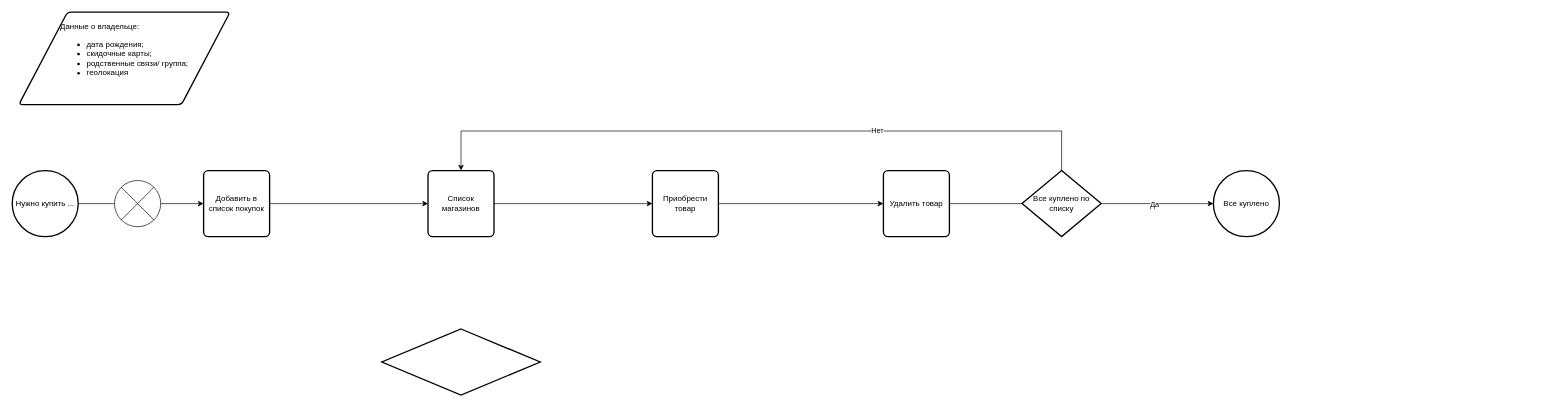
Bobr78/folium-visualization keeps this draw.io diagram as img/Untitled Diagram.drawio. Above is the earlier version. Source tidied: cells renumbered, new cells numbered last; positions are measured from the earlier drawing's top-left corner, leaving out a move shared by most shapes. Both pictures are drawn from the tidied source at 66%, with x=0, y=0 at pixel (12, 12).
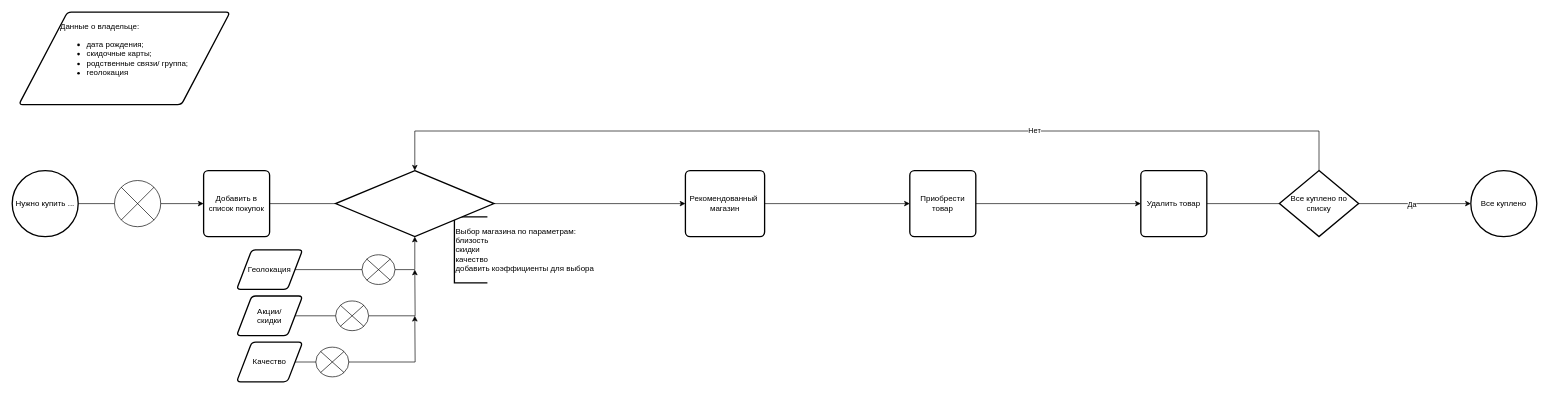
The same diagram, later.

Unchanged cells that the change refers to:
```xml
<mxCell id="6" value="Добавить в список покупок" style="rounded=1;whiteSpace=wrap;html=1;absoluteArcSize=1;arcSize=14;strokeWidth=2;" parent="1" vertex="1">
  <mxGeometry x="290" y="240" width="100" height="100" as="geometry" />
</mxCell>
```

What changed in the source:
```diff
@@
     <mxCell id="4" value="Все куплено" style="strokeWidth=2;html=1;shape=mxgraph.flowchart.start_2;whiteSpace=wrap;" parent="1" vertex="1">
-      <mxGeometry x="1820" y="240" width="100" height="100" as="geometry" />
+      <mxGeometry x="2210" y="240" width="100" height="100" as="geometry" />
     </mxCell>
-    <mxCell id="5" style="edgeStyle=orthogonalEdgeStyle;rounded=0;jettySize=auto;html=1;entryX=0;entryY=0.5;entryDx=0;entryDy=0;" parent="1" edge="1" source="6" target="8">
+    <mxCell id="5" style="edgeStyle=orthogonalEdgeStyle;rounded=0;jettySize=auto;html=1;entryX=0;entryY=0.5;entryDx=0;entryDy=0;startArrow=none;" parent="1" edge="1" source="19" target="8">
       <mxGeometry relative="1" as="geometry" />
     </mxCell>
@@
-    <mxCell id="8" value="Список магазинов" style="rounded=1;whiteSpace=wrap;html=1;absoluteArcSize=1;arcSize=14;strokeWidth=2;" parent="1" vertex="1">
-      <mxGeometry x="630" y="240" width="100" height="100" as="geometry" />
+    <mxCell id="8" value="Рекомендованный&amp;nbsp; магазин" style="rounded=1;whiteSpace=wrap;html=1;absoluteArcSize=1;arcSize=14;strokeWidth=2;" parent="1" vertex="1">
+      <mxGeometry x="1020" y="240" width="120" height="100" as="geometry" />
     </mxCell>
@@
     <mxCell id="10" value="Приобрести товар" style="rounded=1;whiteSpace=wrap;html=1;absoluteArcSize=1;arcSize=14;strokeWidth=2;" parent="1" vertex="1">
-      <mxGeometry x="970" y="240" width="100" height="100" as="geometry" />
+      <mxGeometry x="1360" y="240" width="100" height="100" as="geometry" />
     </mxCell>
@@
     <mxCell id="13" value="Удалить товар" style="rounded=1;whiteSpace=wrap;html=1;absoluteArcSize=1;arcSize=14;strokeWidth=2;" parent="1" vertex="1">
-      <mxGeometry x="1320" y="240" width="100" height="100" as="geometry" />
+      <mxGeometry x="1710" y="240" width="100" height="100" as="geometry" />
     </mxCell>
@@
-    <mxCell id="16" style="edgeStyle=orthogonalEdgeStyle;rounded=0;jettySize=auto;html=1;entryX=0.5;entryY=0;entryDx=0;entryDy=0;" parent="1" edge="1" source="18" target="8">
+    <mxCell id="16" style="edgeStyle=orthogonalEdgeStyle;rounded=0;jettySize=auto;html=1;entryX=0.5;entryY=0;entryDx=0;entryDy=0;entryPerimeter=0;" parent="1" edge="1" source="18" target="19">
       <mxGeometry relative="1" as="geometry">
         <Array as="points">
-          <mxPoint x="1590" y="180" />
-          <mxPoint x="680" y="180" />
+          <mxPoint x="1980" y="180" />
+          <mxPoint x="610" y="180" />
         </Array>
       </mxGeometry>
     </mxCell>
@@
     <mxCell id="18" value="Все куплено по списку" style="strokeWidth=2;html=1;shape=mxgraph.flowchart.decision;whiteSpace=wrap;" parent="1" vertex="1">
-      <mxGeometry x="1530" y="240" width="120" height="100" as="geometry" />
+      <mxGeometry x="1920" y="240" width="120" height="100" as="geometry" />
     </mxCell>
+    <mxCell id="20" value="Выбор магазина по параметрам:&lt;br&gt;близость&lt;br&gt;скидки&lt;br&gt;качество&lt;br&gt;добавить коэффициенты для выбора" style="strokeWidth=2;html=1;shape=mxgraph.flowchart.annotation_1;align=left;" parent="1" vertex="1">
+      <mxGeometry x="670" y="310" width="50" height="100" as="geometry" />
+    </mxCell>
     <mxCell id="19" style="strokeWidth=2;html=1;shape=mxgraph.flowchart.decision;whiteSpace=wrap;" parent="1" vertex="1">
-      <mxGeometry x="560" y="480" width="240" height="100" as="geometry" />
+      <mxGeometry x="490" y="240" width="240" height="100" as="geometry" />
     </mxCell>
+    <mxCell id="21" style="edgeStyle=orthogonalEdgeStyle;rounded=0;jettySize=auto;html=1;entryX=0;entryY=0.5;entryDx=0;entryDy=0;endArrow=none;" parent="1" edge="1" source="6" target="19">
+      <mxGeometry relative="1" as="geometry" />
+    </mxCell>
+    <mxCell id="22" style="edgeStyle=orthogonalEdgeStyle;rounded=0;jettySize=auto;html=1;exitX=1;exitY=0.5;exitDx=0;exitDy=0;startArrow=none;" parent="1" edge="1" source="31" target="19">
+      <mxGeometry relative="1" as="geometry">
+        <Array as="points">
+          <mxPoint x="610" y="390" />
+        </Array>
+      </mxGeometry>
+    </mxCell>
+    <mxCell id="23" value="Геолокация" style="shape=parallelogram;html=1;strokeWidth=2;perimeter=parallelogramPerimeter;whiteSpace=wrap;rounded=1;arcSize=12;size=0.23;" parent="1" vertex="1">
+      <mxGeometry x="340" y="360" width="100" height="60" as="geometry" />
+    </mxCell>
+    <mxCell id="24" style="edgeStyle=orthogonalEdgeStyle;rounded=0;jettySize=auto;html=1;exitX=1;exitY=0.5;exitDx=0;exitDy=0;startArrow=none;" parent="1" edge="1" source="28">
+      <mxGeometry relative="1" as="geometry">
+        <mxPoint x="610" y="390" as="targetPoint" />
+      </mxGeometry>
+    </mxCell>
+    <mxCell id="25" value="Акции/&lt;br&gt;скидки" style="shape=parallelogram;html=1;strokeWidth=2;perimeter=parallelogramPerimeter;whiteSpace=wrap;rounded=1;arcSize=12;size=0.23;" parent="1" vertex="1">
+      <mxGeometry x="340" y="430" width="100" height="60" as="geometry" />
+    </mxCell>
+    <mxCell id="26" style="edgeStyle=orthogonalEdgeStyle;rounded=0;jettySize=auto;html=1;" parent="1" edge="1" source="27">
+      <mxGeometry relative="1" as="geometry">
+        <mxPoint x="610" y="460" as="targetPoint" />
+      </mxGeometry>
+    </mxCell>
+    <mxCell id="27" value="Качество" style="shape=parallelogram;html=1;strokeWidth=2;perimeter=parallelogramPerimeter;whiteSpace=wrap;rounded=1;arcSize=12;size=0.23;" parent="1" vertex="1">
+      <mxGeometry x="340" y="500" width="100" height="60" as="geometry" />
+    </mxCell>
+    <mxCell id="28" style="verticalLabelPosition=bottom;verticalAlign=top;html=1;shape=mxgraph.flowchart.or;" parent="1" vertex="1">
+      <mxGeometry x="490" y="437.5" width="50" height="45" as="geometry" />
+    </mxCell>
+    <mxCell id="29" style="edgeStyle=orthogonalEdgeStyle;rounded=0;jettySize=auto;html=1;exitX=1;exitY=0.5;exitDx=0;exitDy=0;endArrow=none;" parent="1" edge="1" source="25" target="28">
+      <mxGeometry relative="1" as="geometry" />
+    </mxCell>
+    <mxCell id="30" style="verticalLabelPosition=bottom;verticalAlign=top;html=1;shape=mxgraph.flowchart.or;" parent="1" vertex="1">
+      <mxGeometry x="460" y="507.5" width="50" height="45" as="geometry" />
+    </mxCell>
+    <mxCell id="31" style="verticalLabelPosition=bottom;verticalAlign=top;html=1;shape=mxgraph.flowchart.or;" parent="1" vertex="1">
+      <mxGeometry x="530" y="367.5" width="50" height="45" as="geometry" />
+    </mxCell>
+    <mxCell id="32" style="edgeStyle=orthogonalEdgeStyle;rounded=0;jettySize=auto;html=1;exitX=1;exitY=0.5;exitDx=0;exitDy=0;endArrow=none;" parent="1" edge="1" source="23" target="31">
+      <mxGeometry relative="1" as="geometry" />
+    </mxCell>
```
